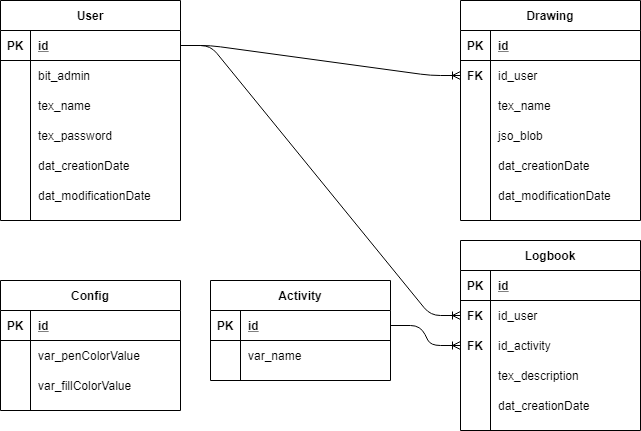
Before: ModeladoE-R.png, a diagram exported from draw.io (Enki403/ProyectoBDI). Source tidied: cells renumbered, new cells last; positions are measured from the earlier drawing's top-left corner, leaving out a move shared by most shapes.
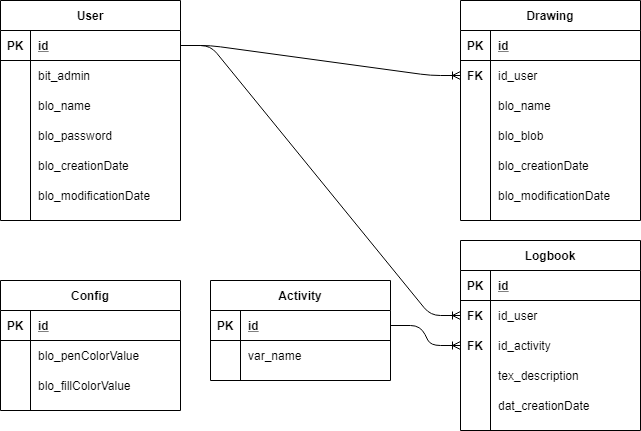
Later version of the same file.

The edit, as a diff of the source:
```diff
@@ -29,7 +29,7 @@
     <mxCell id="10" style="shape=partialRectangle;fillColor=none;top=0;left=0;bottom=0;right=0;overflow=hidden;" parent="9" vertex="1">
       <mxGeometry width="30" height="30" as="geometry" />
     </mxCell>
-    <mxCell id="11" value="tex_name" style="shape=partialRectangle;fillColor=none;top=0;left=0;bottom=0;right=0;align=left;spacingLeft=6;overflow=hidden;" parent="9" vertex="1">
+    <mxCell id="11" value="blo_name" style="shape=partialRectangle;fillColor=none;top=0;left=0;bottom=0;right=0;align=left;spacingLeft=6;overflow=hidden;" parent="9" vertex="1">
       <mxGeometry x="30" width="150" height="30" as="geometry" />
     </mxCell>
     <mxCell id="12" style="shape=partialRectangle;fillColor=none;top=0;left=0;bottom=0;right=0;" parent="2" vertex="1">
@@ -38,7 +38,7 @@
     <mxCell id="13" style="shape=partialRectangle;fillColor=none;top=0;left=0;bottom=0;right=0;overflow=hidden;" parent="12" vertex="1">
       <mxGeometry width="30" height="30" as="geometry" />
     </mxCell>
-    <mxCell id="14" value="tex_password" style="shape=partialRectangle;fillColor=none;top=0;left=0;bottom=0;right=0;align=left;spacingLeft=6;overflow=hidden;" parent="12" vertex="1">
+    <mxCell id="14" value="blo_password" style="shape=partialRectangle;fillColor=none;top=0;left=0;bottom=0;right=0;align=left;spacingLeft=6;overflow=hidden;" parent="12" vertex="1">
       <mxGeometry x="30" width="150" height="30" as="geometry" />
     </mxCell>
     <mxCell id="15" style="shape=partialRectangle;fillColor=none;top=0;left=0;bottom=0;right=0;" parent="2" vertex="1">
@@ -47,7 +47,7 @@
     <mxCell id="16" style="shape=partialRectangle;fillColor=none;top=0;left=0;bottom=0;right=0;overflow=hidden;" parent="15" vertex="1">
       <mxGeometry width="30" height="30" as="geometry" />
     </mxCell>
-    <mxCell id="17" value="dat_creationDate" style="shape=partialRectangle;fillColor=none;top=0;left=0;bottom=0;right=0;align=left;spacingLeft=6;overflow=hidden;" parent="15" vertex="1">
+    <mxCell id="17" value="blo_creationDate" style="shape=partialRectangle;fillColor=none;top=0;left=0;bottom=0;right=0;align=left;spacingLeft=6;overflow=hidden;" parent="15" vertex="1">
       <mxGeometry x="30" width="150" height="30" as="geometry" />
     </mxCell>
     <mxCell id="18" style="shape=partialRectangle;fillColor=none;top=0;left=0;bottom=0;right=0;" parent="2" vertex="1">
@@ -56,7 +56,7 @@
     <mxCell id="19" style="shape=partialRectangle;fillColor=none;top=0;left=0;bottom=0;right=0;overflow=hidden;" parent="18" vertex="1">
       <mxGeometry width="30" height="30" as="geometry" />
     </mxCell>
-    <mxCell id="20" value="dat_modificationDate" style="shape=partialRectangle;fillColor=none;top=0;left=0;bottom=0;right=0;align=left;spacingLeft=6;overflow=hidden;" parent="18" vertex="1">
+    <mxCell id="20" value="blo_modificationDate" style="shape=partialRectangle;fillColor=none;top=0;left=0;bottom=0;right=0;align=left;spacingLeft=6;overflow=hidden;fontStyle=0;" parent="18" vertex="1">
       <mxGeometry x="30" width="150" height="30" as="geometry" />
     </mxCell>
     <mxCell id="21" value="Config" style="shape=table;startSize=30;rowLines=0;fontStyle=1;align=center;" parent="1" vertex="1">
@@ -77,7 +77,7 @@
     <mxCell id="26" style="shape=partialRectangle;fillColor=none;top=0;left=0;bottom=0;right=0;overflow=hidden;" parent="25" vertex="1">
       <mxGeometry width="30" height="30" as="geometry" />
     </mxCell>
-    <mxCell id="27" value="var_penColorValue" style="shape=partialRectangle;fillColor=none;top=0;left=0;bottom=0;right=0;align=left;spacingLeft=6;overflow=hidden;" parent="25" vertex="1">
+    <mxCell id="27" value="blo_penColorValue" style="shape=partialRectangle;fillColor=none;top=0;left=0;bottom=0;right=0;align=left;spacingLeft=6;overflow=hidden;" parent="25" vertex="1">
       <mxGeometry x="30" width="150" height="30" as="geometry" />
     </mxCell>
     <mxCell id="28" style="shape=partialRectangle;fillColor=none;top=0;left=0;bottom=0;right=0;" parent="21" vertex="1">
@@ -86,7 +86,7 @@
     <mxCell id="29" style="shape=partialRectangle;fillColor=none;top=0;left=0;bottom=0;right=0;overflow=hidden;" parent="28" vertex="1">
       <mxGeometry width="30" height="30" as="geometry" />
     </mxCell>
-    <mxCell id="30" value="var_fillColorValue" style="shape=partialRectangle;fillColor=none;top=0;left=0;bottom=0;right=0;align=left;spacingLeft=6;overflow=hidden;" parent="28" vertex="1">
+    <mxCell id="30" value="blo_fillColorValue" style="shape=partialRectangle;fillColor=none;top=0;left=0;bottom=0;right=0;align=left;spacingLeft=6;overflow=hidden;" parent="28" vertex="1">
       <mxGeometry x="30" width="150" height="30" as="geometry" />
     </mxCell>
     <mxCell id="31" value="Activity" style="shape=table;startSize=30;rowLines=0;fontStyle=1;align=center;" parent="1" vertex="1">
@@ -158,12 +158,6 @@
     <mxCell id="53" value="dat_creationDate" style="shape=partialRectangle;fillColor=none;top=0;left=0;bottom=0;right=0;align=left;spacingLeft=6;overflow=hidden;" parent="51" vertex="1">
       <mxGeometry x="30" width="150" height="30" as="geometry" />
     </mxCell>
-    <mxCell id="54" style="shape=partialRectangle;fillColor=none;top=0;left=0;bottom=0;right=0;overflow=hidden;" parent="1" vertex="1">
-      <mxGeometry x="20" y="160" width="30" height="30" as="geometry" />
-    </mxCell>
-    <mxCell id="55" style="shape=partialRectangle;fillColor=none;top=0;left=0;bottom=0;right=0;overflow=hidden;" parent="1" vertex="1">
-      <mxGeometry x="20" y="190" width="30" height="30" as="geometry" />
-    </mxCell>
     <mxCell id="56" value="Drawing" style="shape=table;startSize=30;rowLines=0;fontStyle=1;align=center;" parent="1" vertex="1">
       <mxGeometry x="460" width="180" height="220" as="geometry" />
     </mxCell>
@@ -191,7 +185,7 @@
     <mxCell id="64" style="shape=partialRectangle;fillColor=none;top=0;left=0;bottom=0;right=0;overflow=hidden;" parent="63" vertex="1">
       <mxGeometry width="30" height="30" as="geometry" />
     </mxCell>
-    <mxCell id="65" value="tex_name" style="shape=partialRectangle;fillColor=none;top=0;left=0;bottom=0;right=0;align=left;spacingLeft=6;overflow=hidden;" parent="63" vertex="1">
+    <mxCell id="65" value="blo_name" style="shape=partialRectangle;fillColor=none;top=0;left=0;bottom=0;right=0;align=left;spacingLeft=6;overflow=hidden;" parent="63" vertex="1">
       <mxGeometry x="30" width="150" height="30" as="geometry" />
     </mxCell>
     <mxCell id="66" style="shape=partialRectangle;fillColor=none;top=0;left=0;bottom=0;right=0;" parent="56" vertex="1">
@@ -200,7 +194,7 @@
     <mxCell id="67" style="shape=partialRectangle;fillColor=none;top=0;left=0;bottom=0;right=0;overflow=hidden;" parent="66" vertex="1">
       <mxGeometry width="30" height="30" as="geometry" />
     </mxCell>
-    <mxCell id="68" value="jso_blob" style="shape=partialRectangle;fillColor=none;top=0;left=0;bottom=0;right=0;align=left;spacingLeft=6;overflow=hidden;" parent="66" vertex="1">
+    <mxCell id="68" value="blo_blob" style="shape=partialRectangle;fillColor=none;top=0;left=0;bottom=0;right=0;align=left;spacingLeft=6;overflow=hidden;" parent="66" vertex="1">
       <mxGeometry x="30" width="150" height="30" as="geometry" />
     </mxCell>
     <mxCell id="69" style="shape=partialRectangle;fillColor=none;top=0;left=0;bottom=0;right=0;" parent="56" vertex="1">
@@ -209,7 +203,7 @@
     <mxCell id="70" style="shape=partialRectangle;fillColor=none;top=0;left=0;bottom=0;right=0;overflow=hidden;" parent="69" vertex="1">
       <mxGeometry width="30" height="30" as="geometry" />
     </mxCell>
-    <mxCell id="71" value="dat_creationDate" style="shape=partialRectangle;fillColor=none;top=0;left=0;bottom=0;right=0;align=left;spacingLeft=6;overflow=hidden;" parent="69" vertex="1">
+    <mxCell id="71" value="blo_creationDate" style="shape=partialRectangle;fillColor=none;top=0;left=0;bottom=0;right=0;align=left;spacingLeft=6;overflow=hidden;" parent="69" vertex="1">
       <mxGeometry x="30" width="150" height="30" as="geometry" />
     </mxCell>
     <mxCell id="72" style="shape=partialRectangle;fillColor=none;top=0;left=0;bottom=0;right=0;" parent="56" vertex="1">
@@ -218,7 +212,7 @@
     <mxCell id="73" style="shape=partialRectangle;fillColor=none;top=0;left=0;bottom=0;right=0;overflow=hidden;" parent="72" vertex="1">
       <mxGeometry width="30" height="30" as="geometry" />
     </mxCell>
-    <mxCell id="74" value="dat_modificationDate" style="shape=partialRectangle;fillColor=none;top=0;left=0;bottom=0;right=0;align=left;spacingLeft=6;overflow=hidden;" parent="72" vertex="1">
+    <mxCell id="74" value="blo_modificationDate" style="shape=partialRectangle;fillColor=none;top=0;left=0;bottom=0;right=0;align=left;spacingLeft=6;overflow=hidden;" parent="72" vertex="1">
       <mxGeometry x="30" width="150" height="30" as="geometry" />
     </mxCell>
     <mxCell id="75" style="edgeStyle=entityRelationEdgeStyle;fontSize=12;html=1;endArrow=ERoneToMany;exitX=1;exitY=0.5;exitDx=0;exitDy=0;entryX=0;entryY=0.5;entryDx=0;entryDy=0;" parent="1" edge="1" source="3" target="60">
```
